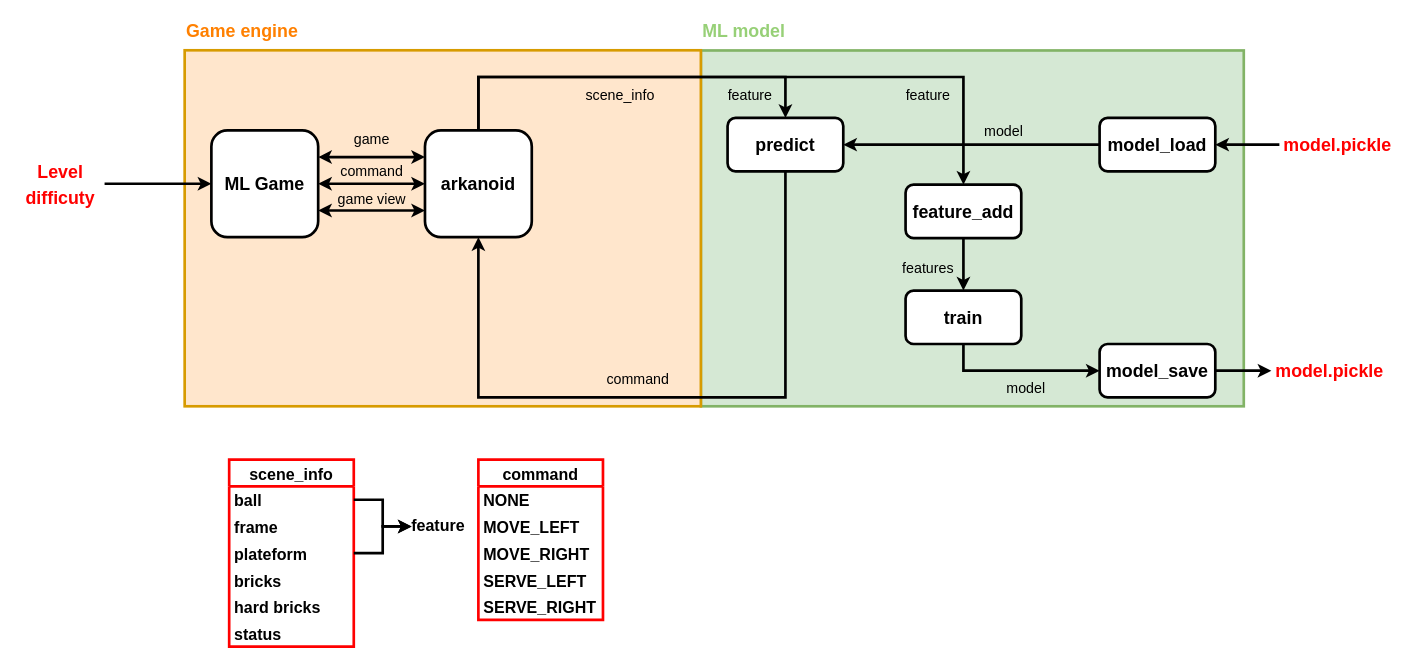
Earlier version of the draw.io diagram page "Architecture" (2 of 5) of final_project/Architecture/ML_breakdown.drawio (HOURFA/ML). Source tidied: cells renumbered, new cells numbered last; positions are measured from the earlier drawing's top-left corner, leaving out a move shared by most shapes. Both pictures are drawn from the tidied source at 89%, with x=0, y=0 at pixel (15, 14).
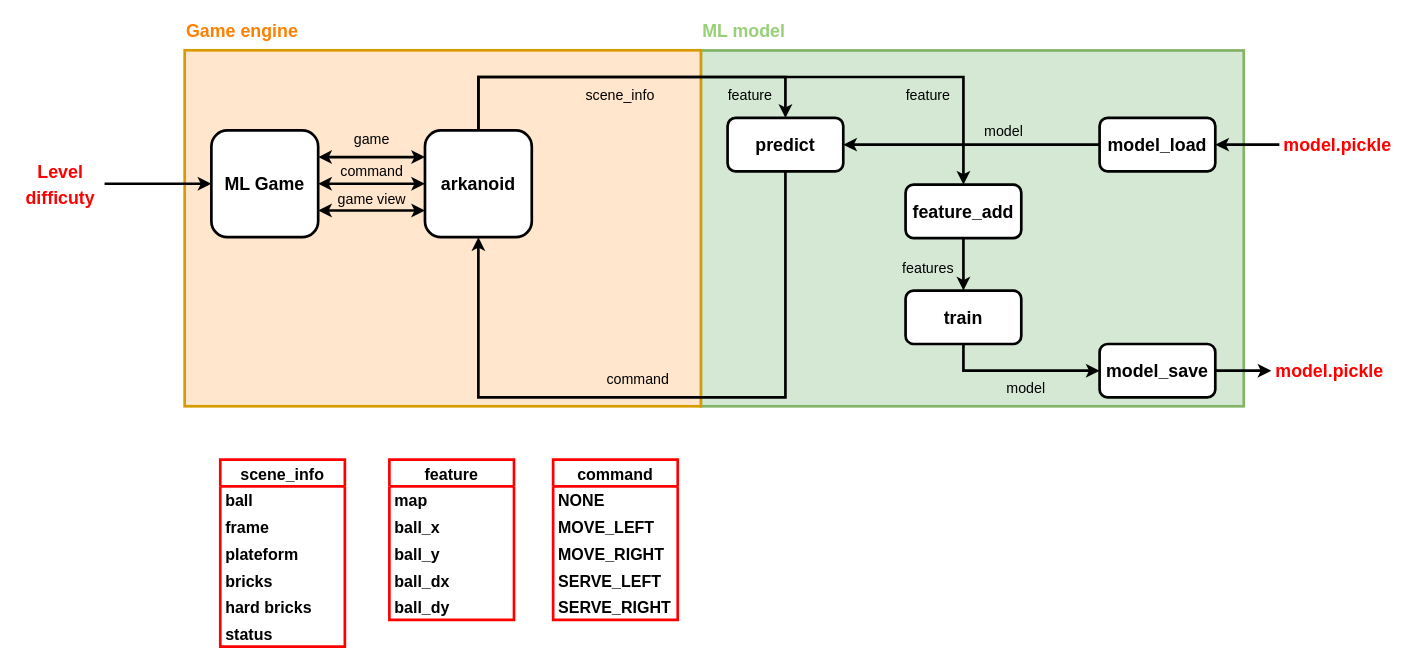
The same page after the edit.

Unchanged cells that the change refers to:
```xml
<mxCell id="39" value="ball" style="text;strokeColor=none;fillColor=none;align=left;verticalAlign=middle;spacingLeft=4;spacingRight=4;overflow=hidden;points=[[0,0.5],[1,0.5]];portConstraint=eastwest;rounded=0;shadow=0;dashed=1;labelBackgroundColor=none;fontSize=18;fontColor=#000000;fontStyle=1;" parent="38" vertex="1">
  <mxGeometry y="30" width="140" height="30" as="geometry" />
</mxCell>
<mxCell id="41" value="plateform" style="text;strokeColor=none;fillColor=none;align=left;verticalAlign=middle;spacingLeft=4;spacingRight=4;overflow=hidden;points=[[0,0.5],[1,0.5]];portConstraint=eastwest;rounded=0;shadow=0;dashed=1;labelBackgroundColor=none;fontSize=18;fontColor=#000000;fontStyle=1;" parent="38" vertex="1">
  <mxGeometry y="90" width="140" height="30" as="geometry" />
</mxCell>
```

Change to the diagram source:
```diff
@@
     <mxCell id="38" value="scene_info" style="swimlane;fontStyle=1;horizontal=1;startSize=30;rounded=0;shadow=0;labelBackgroundColor=none;fontSize=18;fontColor=#000000;strokeColor=#FF0000;strokeWidth=3;fillColor=none;gradientColor=none;" parent="1" vertex="1">
-      <mxGeometry x="240" y="500" width="140" height="210" as="geometry" />
+      <mxGeometry x="230" y="500" width="140" height="210" as="geometry" />
     </mxCell>
@@
-    <mxCell id="45" value="feature" style="text;html=1;strokeColor=none;fillColor=none;align=center;verticalAlign=middle;whiteSpace=wrap;rounded=0;shadow=0;labelBackgroundColor=none;fontSize=18;fontColor=#000000;fontStyle=1;" parent="1" vertex="1">
-      <mxGeometry x="445" y="560" width="60" height="30" as="geometry" />
-    </mxCell>
-    <mxCell id="46" style="edgeStyle=orthogonalEdgeStyle;rounded=0;jettySize=auto;html=1;entryX=0;entryY=0.5;entryDx=0;entryDy=0;fontSize=18;fontColor=#000000;startArrow=none;startFill=0;strokeColor=#000000;strokeWidth=3;" parent="1" edge="1" source="39" target="45">
-      <mxGeometry relative="1" as="geometry" />
-    </mxCell>
-    <mxCell id="47" style="edgeStyle=orthogonalEdgeStyle;rounded=0;jettySize=auto;html=1;entryX=0;entryY=0.5;entryDx=0;entryDy=0;fontSize=18;fontColor=#000000;startArrow=none;startFill=0;strokeColor=#000000;strokeWidth=3;" parent="1" edge="1" source="41" target="45">
-      <mxGeometry relative="1" as="geometry" />
-    </mxCell>
     <mxCell id="48" value="command" style="swimlane;fontStyle=1;horizontal=1;startSize=30;rounded=1;shadow=0;labelBackgroundColor=none;fontSize=18;fontColor=#000000;strokeColor=#FF0000;strokeWidth=3;fillColor=none;gradientColor=none;arcSize=0;" parent="1" vertex="1">
-      <mxGeometry x="520" y="500" width="140" height="180" as="geometry" />
+      <mxGeometry x="604" y="500" width="140" height="180" as="geometry" />
     </mxCell>
@@
+    <mxCell id="45" value="feature" style="swimlane;fontStyle=1;horizontal=1;startSize=30;rounded=0;shadow=0;labelBackgroundColor=none;fontSize=18;fontColor=#000000;strokeColor=#FF0000;strokeWidth=3;fillColor=none;gradientColor=none;" parent="1" vertex="1">
+      <mxGeometry x="420" y="500" width="140" height="180" as="geometry" />
+    </mxCell>
+    <mxCell id="54" value="map" style="text;strokeColor=none;fillColor=none;align=left;verticalAlign=middle;spacingLeft=4;spacingRight=4;overflow=hidden;rounded=0;shadow=0;dashed=1;labelBackgroundColor=none;fontSize=18;fontColor=#000000;fontStyle=1;" parent="45" vertex="1">
+      <mxGeometry y="30" width="140" height="30" as="geometry" />
+    </mxCell>
+    <mxCell id="55" value="ball_x" style="text;strokeColor=none;fillColor=none;align=left;verticalAlign=middle;spacingLeft=4;spacingRight=4;overflow=hidden;rounded=0;shadow=0;dashed=1;labelBackgroundColor=none;fontSize=18;fontColor=#000000;fontStyle=1;" parent="45" vertex="1">
+      <mxGeometry y="60" width="140" height="30" as="geometry" />
+    </mxCell>
+    <mxCell id="56" value="ball_y" style="text;strokeColor=none;fillColor=none;align=left;verticalAlign=middle;spacingLeft=4;spacingRight=4;overflow=hidden;rounded=0;shadow=0;dashed=1;labelBackgroundColor=none;fontSize=18;fontColor=#000000;fontStyle=1;" parent="45" vertex="1">
+      <mxGeometry y="90" width="140" height="30" as="geometry" />
+    </mxCell>
+    <mxCell id="57" value="ball_dx" style="text;strokeColor=none;fillColor=none;align=left;verticalAlign=middle;spacingLeft=4;spacingRight=4;overflow=hidden;rounded=0;shadow=0;dashed=1;labelBackgroundColor=none;fontSize=18;fontColor=#000000;fontStyle=1;" parent="45" vertex="1">
+      <mxGeometry y="120" width="140" height="30" as="geometry" />
+    </mxCell>
+    <mxCell id="58" value="ball_dy" style="text;strokeColor=none;fillColor=none;align=left;verticalAlign=middle;spacingLeft=4;spacingRight=4;overflow=hidden;rounded=0;shadow=0;dashed=1;labelBackgroundColor=none;fontSize=18;fontColor=#000000;fontStyle=1;" parent="45" vertex="1">
+      <mxGeometry y="150" width="140" height="30" as="geometry" />
+    </mxCell>
```
